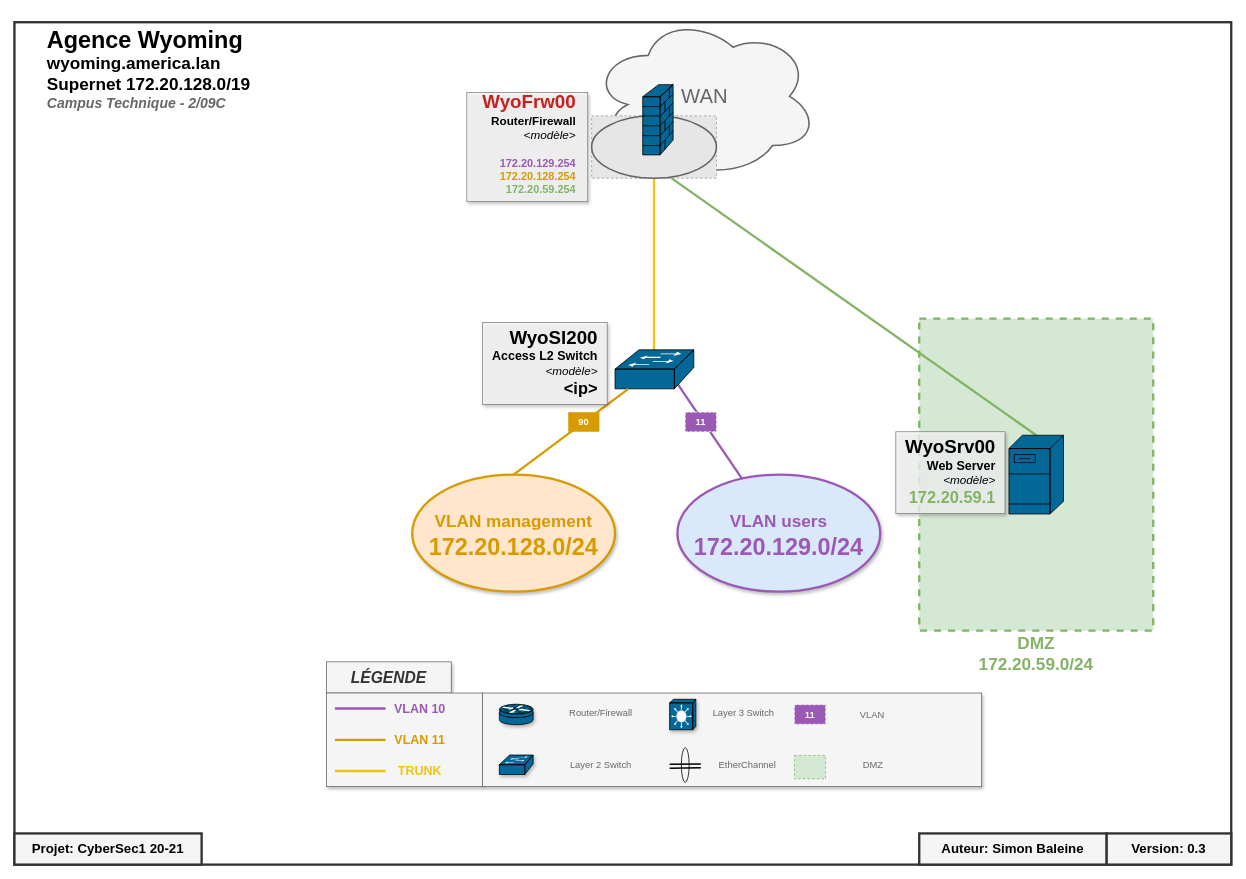
Above: docs/wyoming.drawio in shellwhale/pensive-sammet (draw.io), before the change. Source tidied: cells renumbered, new cells numbered last; positions are measured from the earlier drawing's top-left corner, leaving out a move shared by most shapes. Both pictures are drawn from the tidied source at 78%, with x=0, y=0 at pixel (14, 14). Pictures stored in the file or linked from it are replaced by grey dashed boxes.
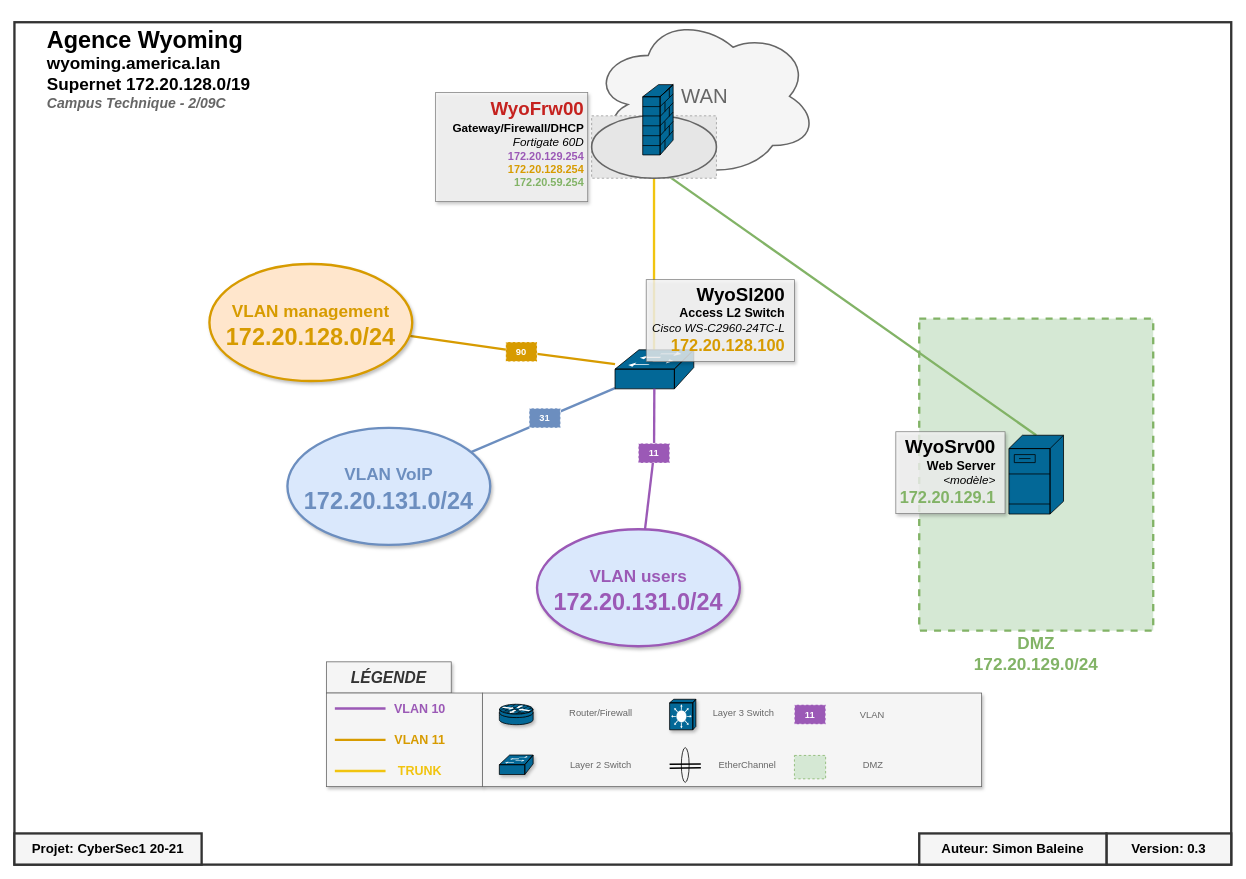
After the change.

Commit message:
Added the firewall model and DHCP role. Added the switch model. Added the switch IP in the management VLAN.

The change refers to these unchanged cells:
```xml
<mxCell id="39" style="shape=mxgraph.cisco.switches.workgroup_switch;html=1;dashed=0;fillColor=#036897;strokeColor=#000000;strokeWidth=1;verticalLabelPosition=bottom;verticalAlign=top;align=center;outlineConnect=0;" parent="10" vertex="1">
  <mxGeometry x="770" y="430" width="101" height="50" as="geometry" />
</mxCell>
```

Diff of the diagram source:
```diff
@@
+    <mxCell id="61" value="&lt;b&gt;&lt;font color=&quot;#6c8ebf&quot;&gt;&lt;font style=&quot;font-size: 22px&quot;&gt;VLAN VoIP&lt;/font&gt;&lt;br&gt;172.20.131.0/24&lt;/font&gt;&lt;/b&gt;" style="ellipse;whiteSpace=wrap;html=1;strokeWidth=3;fillColor=#dae8fc;strokeColor=#6c8ebf;shadow=1;fontSize=30;" parent="1" vertex="1">
+      <mxGeometry x="350" y="530" width="260" height="150" as="geometry" />
+    </mxCell>
+    <mxCell id="62" style="endArrow=none;html=1;strokeWidth=3;entryX=0;entryY=0.98;entryDx=0;entryDy=0;entryPerimeter=0;strokeColor=#6C8EBF;" parent="1" edge="1" source="63" target="39">
+      <mxGeometry relative="1" as="geometry" />
+    </mxCell>
+    <mxCell id="63" value="&lt;b&gt;&lt;font color=&quot;#ffffff&quot;&gt;31&lt;/font&gt;&lt;/b&gt;" style="rounded=0;whiteSpace=wrap;html=1;shadow=0;strokeWidth=1;fontFamily=Helvetica;dashed=1;strokeColor=#FFFFFF;fillColor=#6C8EBF;" parent="1" vertex="1">
+      <mxGeometry x="660" y="505" width="40" height="25" as="geometry" />
+    </mxCell>
+    <mxCell id="64" style="endArrow=none;html=1;strokeWidth=3;entryX=0;entryY=0.98;entryDx=0;entryDy=0;entryPerimeter=0;strokeColor=#6C8EBF;" parent="1" edge="1" source="61" target="63">
+      <mxGeometry relative="1" as="geometry" />
+    </mxCell>
@@
-    <mxCell id="37" style="endArrow=none;html=1;entryX=0.5;entryY=0;entryDx=0;entryDy=0;entryPerimeter=0;strokeWidth=3;strokeColor=#9B59B6;" parent="10" edge="1" source="56">
-      <mxGeometry relative="1" as="geometry">
-        <mxPoint x="820.5" y="430" as="targetPoint" />
-      </mxGeometry>
-    </mxCell>
-    <mxCell id="38" value="&lt;font color=&quot;#82b366&quot; size=&quot;1&quot;&gt;&lt;b style=&quot;font-size: 22px&quot;&gt;DMZ&lt;br&gt;172.20.59.0/24&lt;br&gt;&lt;/b&gt;&lt;/font&gt;" style="text;html=1;strokeColor=none;fillColor=none;align=center;verticalAlign=middle;whiteSpace=wrap;rounded=0;" parent="10" vertex="1">
+    <mxCell id="38" value="&lt;font color=&quot;#82b366&quot; size=&quot;1&quot;&gt;&lt;b style=&quot;font-size: 22px&quot;&gt;DMZ&lt;br&gt;172.20.129.0/24&lt;br&gt;&lt;/b&gt;&lt;/font&gt;" style="text;html=1;strokeColor=none;fillColor=none;align=center;verticalAlign=middle;whiteSpace=wrap;rounded=0;" parent="10" vertex="1">
       <mxGeometry x="1160" y="810" width="300" height="20" as="geometry" />
     </mxCell>
@@
-    <mxCell id="46" style="endArrow=none;html=1;strokeWidth=3;exitX=0.5;exitY=0;exitDx=0;exitDy=0;strokeColor=#D79B00;" parent="10" edge="1" source="57" target="39">
+    <mxCell id="46" style="endArrow=none;html=1;strokeWidth=3;strokeColor=#D79B00;" parent="10" edge="1" source="60" target="39">
       <mxGeometry relative="1" as="geometry" />
     </mxCell>
@@
+    <mxCell id="60" value="&lt;font color=&quot;#ffffff&quot;&gt;&lt;b&gt;90&lt;br&gt;&lt;/b&gt;&lt;/font&gt;" style="rounded=0;whiteSpace=wrap;html=1;shadow=0;strokeWidth=1;fontFamily=Helvetica;dashed=1;fillColor=#D79B00;strokeColor=#FFFFFF;" parent="10" vertex="1">
+      <mxGeometry x="630" y="420" width="40" height="25" as="geometry" />
+    </mxCell>
+    <mxCell id="65" style="endArrow=none;html=1;strokeWidth=3;strokeColor=#D79B00;" parent="10" edge="1" source="57" target="60">
+      <mxGeometry relative="1" as="geometry" />
+    </mxCell>
+    <mxCell id="66" style="endArrow=none;html=1;strokeWidth=3;strokeColor=#9B59B6;" parent="10" edge="1" source="59" target="39">
+      <mxGeometry relative="1" as="geometry" />
+    </mxCell>
+    <mxCell id="59" value="&lt;b&gt;&lt;font color=&quot;#ffffff&quot;&gt;11&lt;/font&gt;&lt;/b&gt;" style="rounded=0;whiteSpace=wrap;html=1;shadow=0;strokeColor=#FFFFFF;strokeWidth=1;fontFamily=Helvetica;fillColor=#9B59B6;dashed=1;" parent="10" vertex="1">
+      <mxGeometry x="800" y="550" width="40" height="25" as="geometry" />
+    </mxCell>
+    <mxCell id="67" style="endArrow=none;html=1;strokeWidth=3;strokeColor=#9B59B6;" parent="10" edge="1" source="56" target="59">
+      <mxGeometry relative="1" as="geometry" />
+    </mxCell>
@@
     <mxCell id="49" style="rounded=0;whiteSpace=wrap;html=1;strokeColor=#666666;strokeWidth=1;fillColor=#f5f5f5;fontColor=#333333;shadow=1;opacity=80;" parent="48" vertex="1">
-      <mxGeometry x="580" y="100" width="155" height="140" as="geometry" />
+      <mxGeometry x="540" y="100" width="195" height="140" as="geometry" />
     </mxCell>
     <mxCell id="50" style="rounded=0;whiteSpace=wrap;html=1;strokeColor=#666666;strokeWidth=1;fillColor=#f5f5f5;fontColor=#333333;shadow=1;opacity=80;" parent="48" vertex="1">
-      <mxGeometry x="600" y="395" width="160" height="105" as="geometry" />
+      <mxGeometry x="810" y="340" width="190" height="105" as="geometry" />
     </mxCell>
@@
-    <mxCell id="52" value="&lt;div style=&quot;text-align: right&quot;&gt;&lt;b&gt;&lt;font color=&quot;#c5221f&quot; style=&quot;font-size: 24px&quot;&gt;&amp;nbsp;WyoFrw00&lt;/font&gt;&lt;/b&gt;&lt;/div&gt;&lt;font&gt;&lt;div style=&quot;font-size: 15px ; text-align: right&quot;&gt;&lt;b&gt;Router/Firewall&lt;/b&gt;&lt;/div&gt;&lt;font&gt;&lt;div style=&quot;font-size: 15px ; text-align: right&quot;&gt;&lt;i&gt;&lt;font style=&quot;font-size: 15px&quot;&gt;&amp;lt;modèle&amp;gt;&lt;/font&gt;&lt;/i&gt;&lt;/div&gt;&lt;div style=&quot;text-align: right&quot;&gt;&lt;font&gt;&lt;font&gt;&lt;span style=&quot;font-size: 15px&quot;&gt;&lt;i&gt;&amp;nbsp; &amp;nbsp; &amp;nbsp; &amp;nbsp; &amp;nbsp; &amp;nbsp;&lt;/i&gt;&lt;/span&gt;&lt;b style=&quot;color: rgb(155 , 89 , 182) ; font-size: 14px&quot;&gt;172.20.129.254&lt;/b&gt;&lt;/font&gt;&lt;/font&gt;&lt;/div&gt;&lt;div style=&quot;text-align: right&quot;&gt;&lt;font&gt;&lt;font&gt;&lt;b style=&quot;font-size: 14px&quot;&gt;&lt;font color=&quot;#d79b00&quot;&gt;172.20.128.254&lt;/font&gt;&lt;/b&gt;&lt;b style=&quot;color: rgb(155 , 89 , 182) ; font-size: 14px&quot;&gt;&lt;br&gt;&lt;/b&gt;&lt;/font&gt;&lt;/font&gt;&lt;/div&gt;&lt;div style=&quot;text-align: right&quot;&gt;&lt;b style=&quot;font-size: 14px&quot;&gt;&lt;font color=&quot;#82b366&quot;&gt;172.20.59.254&lt;/font&gt;&lt;/b&gt;&lt;br&gt;&lt;/div&gt;&lt;div style=&quot;text-align: right&quot;&gt;&lt;br&gt;&lt;/div&gt;&lt;div style=&quot;text-align: right&quot;&gt;&lt;br&gt;&lt;/div&gt;&lt;/font&gt;&lt;/font&gt;" style="text;html=1;strokeColor=none;fillColor=none;align=left;verticalAlign=middle;rounded=0;glass=0;shadow=1;labelBorderColor=none;labelBackgroundColor=none;whiteSpace=wrap;spacingTop=0;" parent="48" vertex="1">
-      <mxGeometry x="580" y="140" width="140" height="80" as="geometry" />
+    <mxCell id="52" value="&lt;div style=&quot;text-align: right&quot;&gt;&lt;b&gt;&lt;font color=&quot;#c5221f&quot; style=&quot;font-size: 24px&quot;&gt;&amp;nbsp;WyoFrw00&lt;/font&gt;&lt;/b&gt;&lt;/div&gt;&lt;font&gt;&lt;div style=&quot;font-size: 15px ; text-align: right&quot;&gt;&lt;b&gt;Gateway/Firewall/DHCP&lt;/b&gt;&lt;/div&gt;&lt;font&gt;&lt;div style=&quot;font-size: 15px ; text-align: right&quot;&gt;&lt;i&gt;Fortigate 60D&lt;/i&gt;&lt;/div&gt;&lt;div style=&quot;text-align: right&quot;&gt;&lt;font&gt;&lt;font&gt;&lt;span style=&quot;font-size: 15px&quot;&gt;&lt;i&gt;&amp;nbsp; &amp;nbsp; &amp;nbsp; &amp;nbsp; &amp;nbsp; &amp;nbsp;&lt;/i&gt;&lt;/span&gt;&lt;b style=&quot;color: rgb(155 , 89 , 182) ; font-size: 14px&quot;&gt;172.20.129.254&lt;/b&gt;&lt;/font&gt;&lt;/font&gt;&lt;/div&gt;&lt;div style=&quot;text-align: right&quot;&gt;&lt;font&gt;&lt;font&gt;&lt;b style=&quot;font-size: 14px&quot;&gt;&lt;font color=&quot;#d79b00&quot;&gt;172.20.128.254&lt;/font&gt;&lt;/b&gt;&lt;b style=&quot;color: rgb(155 , 89 , 182) ; font-size: 14px&quot;&gt;&lt;br&gt;&lt;/b&gt;&lt;/font&gt;&lt;/font&gt;&lt;/div&gt;&lt;div style=&quot;text-align: right&quot;&gt;&lt;b style=&quot;font-size: 14px&quot;&gt;&lt;font color=&quot;#82b366&quot;&gt;172.20.59.254&lt;/font&gt;&lt;/b&gt;&lt;br&gt;&lt;/div&gt;&lt;div style=&quot;text-align: right&quot;&gt;&lt;br&gt;&lt;/div&gt;&lt;div style=&quot;text-align: right&quot;&gt;&lt;br&gt;&lt;/div&gt;&lt;/font&gt;&lt;/font&gt;" style="text;html=1;strokeColor=none;fillColor=none;align=left;verticalAlign=middle;rounded=0;glass=0;shadow=1;labelBorderColor=none;labelBackgroundColor=none;whiteSpace=wrap;spacingTop=0;" parent="48" vertex="1">
+      <mxGeometry x="560" y="140" width="140" height="80" as="geometry" />
     </mxCell>
-    <mxCell id="53" value="&lt;div&gt;&lt;b&gt;&lt;font style=&quot;font-size: 24px&quot;&gt;WyoSl200&lt;/font&gt;&lt;/b&gt;&lt;/div&gt;&lt;font&gt;&lt;div&gt;&lt;font size=&quot;1&quot;&gt;&lt;b style=&quot;font-size: 16px&quot;&gt;Access&amp;nbsp;&lt;/b&gt;&lt;/font&gt;&lt;b style=&quot;font-size: 16px&quot;&gt;L2 Switch&lt;/b&gt;&lt;/div&gt;&lt;font&gt;&lt;div&gt;&lt;i&gt;&lt;font style=&quot;font-size: 15px&quot;&gt;&amp;lt;modèle&amp;gt;&lt;/font&gt;&lt;/i&gt;&lt;/div&gt;&lt;div&gt;&lt;b style=&quot;font-size: 21px&quot;&gt;&amp;lt;ip&amp;gt;&lt;/b&gt;&lt;i&gt;&lt;font style=&quot;font-size: 15px&quot;&gt;&lt;br&gt;&lt;/font&gt;&lt;/i&gt;&lt;/div&gt;&lt;font&gt;&lt;br&gt;&lt;/font&gt;&lt;/font&gt;&lt;div&gt;&lt;br&gt;&lt;/div&gt;&lt;/font&gt;" style="text;html=1;strokeColor=none;fillColor=none;align=right;verticalAlign=middle;rounded=0;glass=0;shadow=1;labelBorderColor=none;labelBackgroundColor=none;whiteSpace=wrap;spacingTop=0;fontFamily=Helvetica;FType=g;" parent="48" vertex="1">
-      <mxGeometry x="560" y="420" width="190" height="80" as="geometry" />
+    <mxCell id="53" value="&lt;div&gt;&lt;b&gt;&lt;font style=&quot;font-size: 24px&quot;&gt;WyoSl200&lt;/font&gt;&lt;/b&gt;&lt;/div&gt;&lt;font&gt;&lt;div&gt;&lt;font size=&quot;1&quot;&gt;&lt;b style=&quot;font-size: 16px&quot;&gt;Access&amp;nbsp;&lt;/b&gt;&lt;/font&gt;&lt;b style=&quot;font-size: 16px&quot;&gt;L2 Switch&lt;/b&gt;&lt;/div&gt;&lt;font&gt;&lt;div&gt;&lt;i&gt;&lt;font style=&quot;font-size: 15px&quot;&gt;Cisco WS-C2960-24TC-L&lt;/font&gt;&lt;/i&gt;&lt;/div&gt;&lt;div&gt;&lt;b style=&quot;font-size: 21px&quot;&gt;&lt;font color=&quot;#d79b00&quot;&gt;172.20.128.100&lt;/font&gt;&lt;/b&gt;&lt;i&gt;&lt;font style=&quot;font-size: 15px&quot;&gt;&lt;br&gt;&lt;/font&gt;&lt;/i&gt;&lt;/div&gt;&lt;font&gt;&lt;br&gt;&lt;/font&gt;&lt;/font&gt;&lt;div&gt;&lt;br&gt;&lt;/div&gt;&lt;/font&gt;" style="text;html=1;strokeColor=none;fillColor=none;align=right;verticalAlign=middle;rounded=0;glass=0;shadow=1;labelBorderColor=none;labelBackgroundColor=none;whiteSpace=wrap;spacingTop=0;fontFamily=Helvetica;FType=g;" parent="48" vertex="1">
+      <mxGeometry x="800" y="365" width="190" height="80" as="geometry" />
     </mxCell>
-    <mxCell id="54" value="&lt;div&gt;&lt;b&gt;&lt;font style=&quot;font-size: 24px&quot;&gt;WyoSrv00&lt;/font&gt;&lt;/b&gt;&lt;/div&gt;&lt;font&gt;&lt;div&gt;&lt;span style=&quot;font-size: 16px&quot;&gt;&lt;b&gt;Web Server&lt;/b&gt;&lt;/span&gt;&lt;/div&gt;&lt;font&gt;&lt;div&gt;&lt;i&gt;&lt;font style=&quot;font-size: 15px&quot;&gt;&amp;lt;modèle&amp;gt;&lt;/font&gt;&lt;/i&gt;&lt;/div&gt;&lt;div&gt;&lt;b style=&quot;font-size: 21px&quot;&gt;&lt;font color=&quot;#82b366&quot;&gt;172.20.59.1&lt;/font&gt;&lt;/b&gt;&lt;i&gt;&lt;font style=&quot;font-size: 15px&quot;&gt;&lt;br&gt;&lt;/font&gt;&lt;/i&gt;&lt;/div&gt;&lt;font&gt;&lt;br&gt;&lt;/font&gt;&lt;/font&gt;&lt;div&gt;&lt;br&gt;&lt;/div&gt;&lt;/font&gt;" style="text;html=1;strokeColor=none;fillColor=none;align=right;verticalAlign=middle;rounded=0;glass=0;shadow=1;labelBorderColor=none;labelBackgroundColor=none;whiteSpace=wrap;spacingTop=0;fontFamily=Helvetica;FType=g;" parent="48" vertex="1">
+    <mxCell id="54" value="&lt;div&gt;&lt;b&gt;&lt;font style=&quot;font-size: 24px&quot;&gt;WyoSrv00&lt;/font&gt;&lt;/b&gt;&lt;/div&gt;&lt;font&gt;&lt;div&gt;&lt;span style=&quot;font-size: 16px&quot;&gt;&lt;b&gt;Web Server&lt;/b&gt;&lt;/span&gt;&lt;/div&gt;&lt;font&gt;&lt;div&gt;&lt;i&gt;&lt;font style=&quot;font-size: 15px&quot;&gt;&amp;lt;modèle&amp;gt;&lt;/font&gt;&lt;/i&gt;&lt;/div&gt;&lt;div&gt;&lt;b style=&quot;font-size: 21px&quot;&gt;&lt;font color=&quot;#82b366&quot;&gt;172.20.129.1&lt;/font&gt;&lt;/b&gt;&lt;i&gt;&lt;font style=&quot;font-size: 15px&quot;&gt;&lt;br&gt;&lt;/font&gt;&lt;/i&gt;&lt;/div&gt;&lt;font&gt;&lt;br&gt;&lt;/font&gt;&lt;/font&gt;&lt;div&gt;&lt;br&gt;&lt;/div&gt;&lt;/font&gt;" style="text;html=1;strokeColor=none;fillColor=none;align=right;verticalAlign=middle;rounded=0;glass=0;shadow=1;labelBorderColor=none;labelBackgroundColor=none;whiteSpace=wrap;spacingTop=0;fontFamily=Helvetica;FType=g;" parent="48" vertex="1">
       <mxGeometry x="1140" y="560" width="120" height="80" as="geometry" />
     </mxCell>
@@
-    <mxCell id="56" value="&lt;font color=&quot;#9b59b6&quot;&gt;&lt;b&gt;&lt;font style=&quot;font-size: 22px&quot;&gt;VLAN users&lt;/font&gt;&lt;br&gt;172.20.129.0/24&lt;/b&gt;&lt;/font&gt;" style="ellipse;whiteSpace=wrap;html=1;strokeWidth=3;fillColor=#dae8fc;strokeColor=#9B59B6;shadow=1;fontSize=30;" parent="55" vertex="1">
-      <mxGeometry x="850" y="590" width="260" height="150" as="geometry" />
+    <mxCell id="56" value="&lt;font color=&quot;#9b59b6&quot;&gt;&lt;b&gt;&lt;font style=&quot;font-size: 22px&quot;&gt;VLAN users&lt;/font&gt;&lt;br&gt;172.20.131.0/24&lt;/b&gt;&lt;/font&gt;" style="ellipse;whiteSpace=wrap;html=1;strokeWidth=3;fillColor=#dae8fc;strokeColor=#9B59B6;shadow=1;fontSize=30;" parent="55" vertex="1">
+      <mxGeometry x="670" y="660" width="260" height="150" as="geometry" />
     </mxCell>
     <mxCell id="57" value="&lt;b&gt;&lt;font color=&quot;#d79b00&quot;&gt;&lt;font style=&quot;font-size: 22px&quot;&gt;VLAN management&lt;/font&gt;&lt;br&gt;172.20.128.0/24&lt;/font&gt;&lt;/b&gt;" style="ellipse;whiteSpace=wrap;html=1;strokeWidth=3;fillColor=#ffe6cc;strokeColor=#d79b00;shadow=1;fontSize=30;" parent="55" vertex="1">
-      <mxGeometry x="510" y="590" width="260" height="150" as="geometry" />
+      <mxGeometry x="250" y="320" width="260" height="150" as="geometry" />
     </mxCell>
@@
-    <mxCell id="59" value="&lt;b&gt;&lt;font color=&quot;#ffffff&quot;&gt;11&lt;/font&gt;&lt;/b&gt;" style="rounded=0;whiteSpace=wrap;html=1;shadow=0;strokeColor=#FFFFFF;strokeWidth=1;fontFamily=Helvetica;fillColor=#9B59B6;dashed=1;" parent="58" vertex="1">
-      <mxGeometry x="860" y="510" width="40" height="25" as="geometry" />
-    </mxCell>
-    <mxCell id="60" value="&lt;font color=&quot;#ffffff&quot;&gt;&lt;b&gt;90&lt;br&gt;&lt;/b&gt;&lt;/font&gt;" style="rounded=0;whiteSpace=wrap;html=1;shadow=0;strokeWidth=1;fontFamily=Helvetica;dashed=1;strokeColor=none;fillColor=#D79B00;" parent="58" vertex="1">
-      <mxGeometry x="710" y="510" width="40" height="25" as="geometry" />
-    </mxCell>
```
